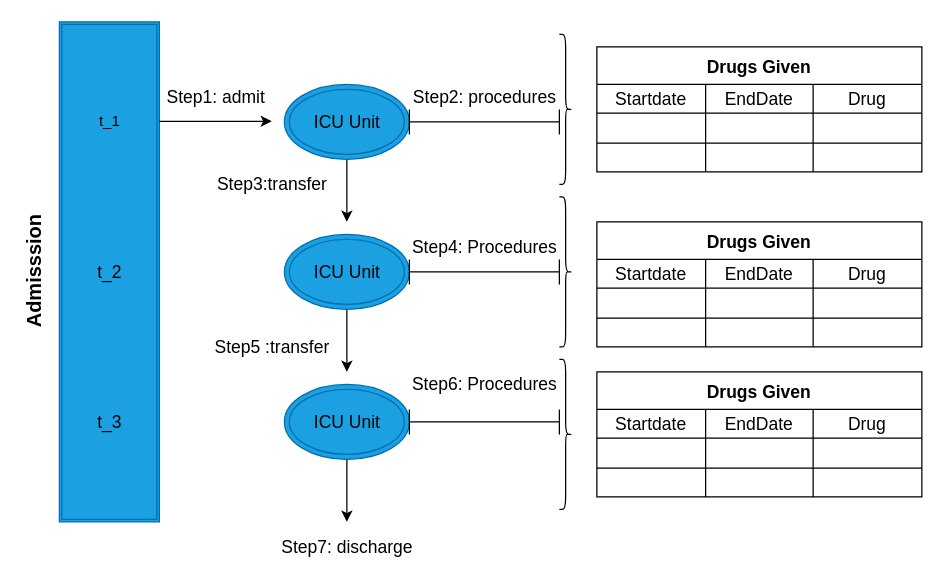
The draw.io diagram page "data-logical-flow" (1 of 3) of mimic3/visualize/visualize.drawio in karen-gishyan/project, before the edit. Source tidied: cells renumbered, new cells numbered last; positions are measured from the earlier drawing's top-left corner, leaving out a move shared by most shapes. Both pictures are drawn from the tidied source at 125%, with x=0, y=0 at pixel (-35, 21).
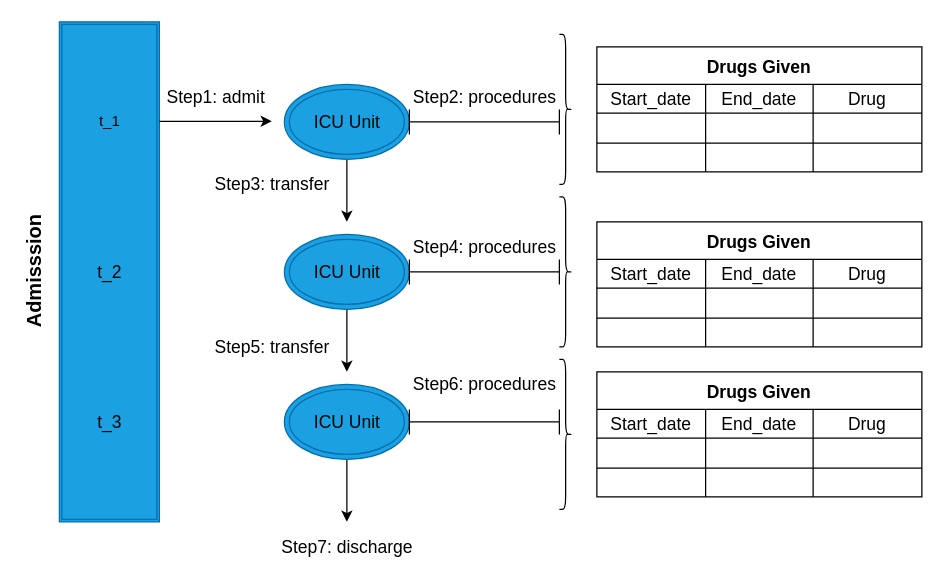
Above is the later version.

The change refers to these unchanged cells:
```xml
<mxCell id="26" style="shape=partialRectangle;html=1;whiteSpace=wrap;fillColor=none;top=0;left=0;bottom=0;right=0;fontSize=14;" parent="25" vertex="1">
  <mxGeometry y="30" width="260" height="23" as="geometry" />
</mxCell>
<mxCell id="39" style="shape=partialRectangle;html=1;whiteSpace=wrap;fillColor=none;top=0;left=0;bottom=0;right=0;fontSize=14;" parent="38" vertex="1">
  <mxGeometry y="30" width="260" height="23" as="geometry" />
</mxCell>
<mxCell id="53" style="shape=partialRectangle;html=1;whiteSpace=wrap;fillColor=none;top=0;left=0;bottom=0;right=0;fontSize=14;" parent="52" vertex="1">
  <mxGeometry y="30" width="260" height="23" as="geometry" />
</mxCell>
```

Change to the diagram source:
```diff
@@
-    <mxCell id="20" value="Step3:transfer" style="text;html=1;align=center;verticalAlign=middle;fillColor=none;strokeColor=none;rounded=0;fontSize=14;" parent="1" vertex="1">
-      <mxGeometry x="195" y="120" width="100" height="20" as="geometry" />
+    <mxCell id="20" value="Step3: transfer" style="text;html=1;align=center;verticalAlign=middle;fillColor=none;strokeColor=none;rounded=0;fontSize=14;" parent="1" vertex="1">
+      <mxGeometry x="190" y="120" width="110" height="20" as="geometry" />
     </mxCell>
-    <mxCell id="21" value="Step5 :transfer" style="text;html=1;align=center;verticalAlign=middle;fillColor=none;strokeColor=none;rounded=0;fontSize=14;" parent="1" vertex="1">
+    <mxCell id="21" value="Step5: transfer" style="text;html=1;align=center;verticalAlign=middle;fillColor=none;strokeColor=none;rounded=0;fontSize=14;" parent="1" vertex="1">
       <mxGeometry x="190" y="250" width="110" height="20" as="geometry" />
     </mxCell>
@@
-    <mxCell id="23" value="Step4: Procedures" style="text;html=1;align=center;verticalAlign=middle;fillColor=none;strokeColor=none;rounded=0;fontSize=14;" parent="1" vertex="1">
+    <mxCell id="23" value="Step4: procedures" style="text;html=1;align=center;verticalAlign=middle;fillColor=none;strokeColor=none;rounded=0;fontSize=14;" parent="1" vertex="1">
       <mxGeometry x="350" y="170" width="130" height="20" as="geometry" />
     </mxCell>
-    <mxCell id="24" value="Step6: Procedures" style="text;html=1;align=center;verticalAlign=middle;fillColor=none;strokeColor=none;rounded=0;fontSize=14;" parent="1" vertex="1">
+    <mxCell id="24" value="Step6: procedures" style="text;html=1;align=center;verticalAlign=middle;fillColor=none;strokeColor=none;rounded=0;fontSize=14;" parent="1" vertex="1">
       <mxGeometry x="350" y="280" width="130" height="20" as="geometry" />
     </mxCell>
@@
-    <mxCell id="27" value="Startdate" style="shape=partialRectangle;html=1;whiteSpace=wrap;fillColor=none;top=0;left=0;bottom=0;right=0;overflow=hidden;fontSize=14;" parent="26" vertex="1">
+    <mxCell id="27" value="Start_date" style="shape=partialRectangle;html=1;whiteSpace=wrap;fillColor=none;top=0;left=0;bottom=0;right=0;overflow=hidden;fontSize=14;" parent="26" vertex="1">
       <mxGeometry width="87" height="23" as="geometry" />
     </mxCell>
-    <mxCell id="28" value="EndDate" style="shape=partialRectangle;html=1;whiteSpace=wrap;fillColor=none;top=0;left=0;bottom=0;right=0;overflow=hidden;fontSize=14;" parent="26" vertex="1">
+    <mxCell id="28" value="End_date" style="shape=partialRectangle;html=1;whiteSpace=wrap;fillColor=none;top=0;left=0;bottom=0;right=0;overflow=hidden;fontSize=14;" parent="26" vertex="1">
       <mxGeometry x="87" width="86" height="23" as="geometry" />
     </mxCell>
@@
-    <mxCell id="40" value="Startdate" style="shape=partialRectangle;html=1;whiteSpace=wrap;fillColor=none;top=0;left=0;bottom=0;right=0;overflow=hidden;fontSize=14;" parent="39" vertex="1">
+    <mxCell id="40" value="Start_date" style="shape=partialRectangle;html=1;whiteSpace=wrap;fillColor=none;top=0;left=0;bottom=0;right=0;overflow=hidden;fontSize=14;" parent="39" vertex="1">
       <mxGeometry width="87" height="23" as="geometry" />
     </mxCell>
-    <mxCell id="41" value="EndDate" style="shape=partialRectangle;html=1;whiteSpace=wrap;fillColor=none;top=0;left=0;bottom=0;right=0;overflow=hidden;fontSize=14;" parent="39" vertex="1">
+    <mxCell id="41" value="End_date" style="shape=partialRectangle;html=1;whiteSpace=wrap;fillColor=none;top=0;left=0;bottom=0;right=0;overflow=hidden;fontSize=14;" parent="39" vertex="1">
       <mxGeometry x="87" width="86" height="23" as="geometry" />
     </mxCell>
@@
-    <mxCell id="54" value="Startdate" style="shape=partialRectangle;html=1;whiteSpace=wrap;fillColor=none;top=0;left=0;bottom=0;right=0;overflow=hidden;fontSize=14;" parent="53" vertex="1">
+    <mxCell id="54" value="Start_date" style="shape=partialRectangle;html=1;whiteSpace=wrap;fillColor=none;top=0;left=0;bottom=0;right=0;overflow=hidden;fontSize=14;" parent="53" vertex="1">
       <mxGeometry width="87" height="23" as="geometry" />
     </mxCell>
-    <mxCell id="55" value="EndDate" style="shape=partialRectangle;html=1;whiteSpace=wrap;fillColor=none;top=0;left=0;bottom=0;right=0;overflow=hidden;fontSize=14;" parent="53" vertex="1">
+    <mxCell id="55" value="End_date" style="shape=partialRectangle;html=1;whiteSpace=wrap;fillColor=none;top=0;left=0;bottom=0;right=0;overflow=hidden;fontSize=14;" parent="53" vertex="1">
       <mxGeometry x="87" width="86" height="23" as="geometry" />
     </mxCell>
```
